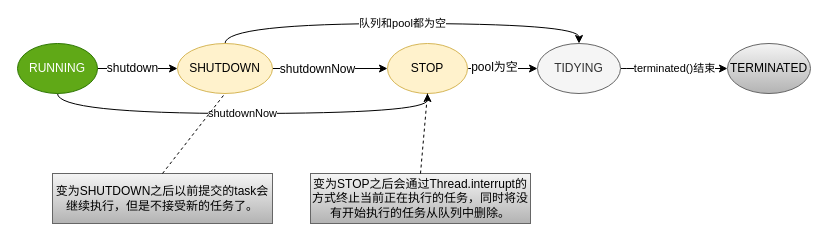
Before: 51cto_jcp_threadpoolexecutor.drawio in bluefantasy2014/draw.io, a draw.io diagram. Source tidied: cells renumbered, new cells numbered last; positions are measured from the earlier drawing's top-left corner, leaving out a move shared by most shapes. Both pictures are drawn from the tidied source at 100%, with x=0, y=0 at pixel (17, 43).
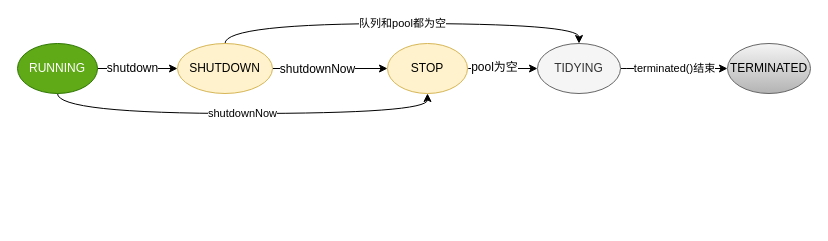
After the change.

The edit, as a diff of the source:
```diff
@@
 <mxGraphModel>
   <root>
     <mxCell id="0" />
     <mxCell id="1" parent="0" />
     <mxCell id="2" style="edgeStyle=orthogonalEdgeStyle;rounded=0;jettySize=auto;html=1;exitX=1;exitY=0.5;exitDx=0;exitDy=0;entryX=0;entryY=0.5;entryDx=0;entryDy=0;" parent="1" edge="1" source="5" target="9">
       <mxGeometry relative="1" as="geometry" />
     </mxCell>
     <mxCell id="3" value="shutdown" style="text;html=1;align=center;verticalAlign=middle;labelBackgroundColor=#ffffff;" parent="2" vertex="1">
       <mxGeometry x="-0.14" y="1" relative="1" as="geometry" />
     </mxCell>
     <mxCell id="4" value="shutdownNow" style="edgeStyle=orthogonalEdgeStyle;curved=1;rounded=0;jettySize=auto;html=1;exitX=0.5;exitY=1;exitDx=0;exitDy=0;entryX=0.5;entryY=1;entryDx=0;entryDy=0;" parent="1" edge="1" source="5" target="12">
       <mxGeometry relative="1" as="geometry" />
     </mxCell>
     <mxCell id="5" value="RUNNING" style="ellipse;whiteSpace=wrap;html=1;fillColor=#60a917;strokeColor=#2D7600;fontColor=#ffffff;" parent="1" vertex="1">
       <mxGeometry width="80" height="50" as="geometry" />
     </mxCell>
     <mxCell id="6" style="edgeStyle=orthogonalEdgeStyle;rounded=0;jettySize=auto;html=1;exitX=1;exitY=0.5;exitDx=0;exitDy=0;entryX=0;entryY=0.5;entryDx=0;entryDy=0;" parent="1" edge="1" source="9" target="12">
       <mxGeometry relative="1" as="geometry" />
     </mxCell>
     <mxCell id="7" value="shutdownNow" style="text;html=1;align=center;verticalAlign=middle;labelBackgroundColor=#ffffff;" parent="6" vertex="1">
       <mxGeometry x="-0.24" relative="1" as="geometry" />
     </mxCell>
     <mxCell id="8" value="队列和pool都为空" style="edgeStyle=orthogonalEdgeStyle;curved=1;rounded=0;jettySize=auto;html=1;exitX=0.5;exitY=0;exitDx=0;exitDy=0;entryX=0.5;entryY=0;entryDx=0;entryDy=0;" parent="1" edge="1" source="9" target="14">
       <mxGeometry relative="1" as="geometry" />
     </mxCell>
     <mxCell id="9" value="SHUTDOWN" style="ellipse;whiteSpace=wrap;html=1;fillColor=#fff2cc;strokeColor=#d6b656;" parent="1" vertex="1">
       <mxGeometry x="160" width="95" height="50" as="geometry" />
     </mxCell>
     <mxCell id="10" style="edgeStyle=orthogonalEdgeStyle;curved=1;rounded=0;jettySize=auto;html=1;exitX=1;exitY=0.5;exitDx=0;exitDy=0;entryX=0;entryY=0.5;entryDx=0;entryDy=0;" parent="1" edge="1" source="12" target="14">
       <mxGeometry relative="1" as="geometry" />
     </mxCell>
     <mxCell id="11" value="pool为空" style="text;html=1;align=center;verticalAlign=middle;labelBackgroundColor=#ffffff;" parent="10" vertex="1">
       <mxGeometry x="-0.26" y="2" relative="1" as="geometry" />
     </mxCell>
     <mxCell id="12" value="STOP" style="ellipse;whiteSpace=wrap;html=1;fillColor=#fff2cc;strokeColor=#d6b656;" parent="1" vertex="1">
       <mxGeometry x="370" width="80" height="50" as="geometry" />
     </mxCell>
     <mxCell id="13" value="terminated()结束" style="edgeStyle=orthogonalEdgeStyle;curved=1;rounded=0;jettySize=auto;html=1;exitX=1;exitY=0.5;exitDx=0;exitDy=0;" parent="1" edge="1" source="14" target="15">
       <mxGeometry relative="1" as="geometry" />
     </mxCell>
     <mxCell id="14" value="TIDYING" style="ellipse;whiteSpace=wrap;html=1;fillColor=#f5f5f5;strokeColor=#666666;fontColor=#333333;" parent="1" vertex="1">
       <mxGeometry x="520" width="83" height="50" as="geometry" />
     </mxCell>
     <mxCell id="15" value="TERMINATED" style="ellipse;whiteSpace=wrap;html=1;gradientColor=#b3b3b3;fillColor=#f5f5f5;strokeColor=#666666;" parent="1" vertex="1">
       <mxGeometry x="710" width="83" height="50" as="geometry" />
     </mxCell>
-    <mxCell id="16" value="变为SHUTDOWN之后以前提交的task会继续执行，但是不接受新的任务了。" style="text;html=1;align=center;verticalAlign=middle;whiteSpace=wrap;rounded=0;gradientColor=#b3b3b3;fillColor=#f5f5f5;strokeColor=#666666;" parent="1" vertex="1">
-      <mxGeometry x="35" y="130" width="220" height="50" as="geometry" />
-    </mxCell>
-    <mxCell id="17" style="endArrow=none;dashed=1;html=1;exitX=0.5;exitY=0;exitDx=0;exitDy=0;entryX=0.5;entryY=1;entryDx=0;entryDy=0;" parent="1" edge="1" source="16" target="9">
-      <mxGeometry relative="1" as="geometry" />
-    </mxCell>
-    <mxCell id="18" value="变为STOP之后会通过Thread.interrupt的方式终止当前正在执行的任务，同时将没有开始执行的任务从队列中删除。" style="text;html=1;strokeColor=#666666;fillColor=#f5f5f5;align=center;verticalAlign=middle;whiteSpace=wrap;rounded=0;gradientColor=#b3b3b3;" parent="1" vertex="1">
-      <mxGeometry x="293" y="130" width="220" height="50" as="geometry" />
-    </mxCell>
-    <mxCell id="19" style="endArrow=none;dashed=1;html=1;exitX=0.5;exitY=0;exitDx=0;exitDy=0;entryX=0.5;entryY=1;entryDx=0;entryDy=0;" parent="1" edge="1" source="18" target="12">
-      <mxGeometry relative="1" as="geometry" />
-    </mxCell>
   </root>
 </mxGraphModel>
```
